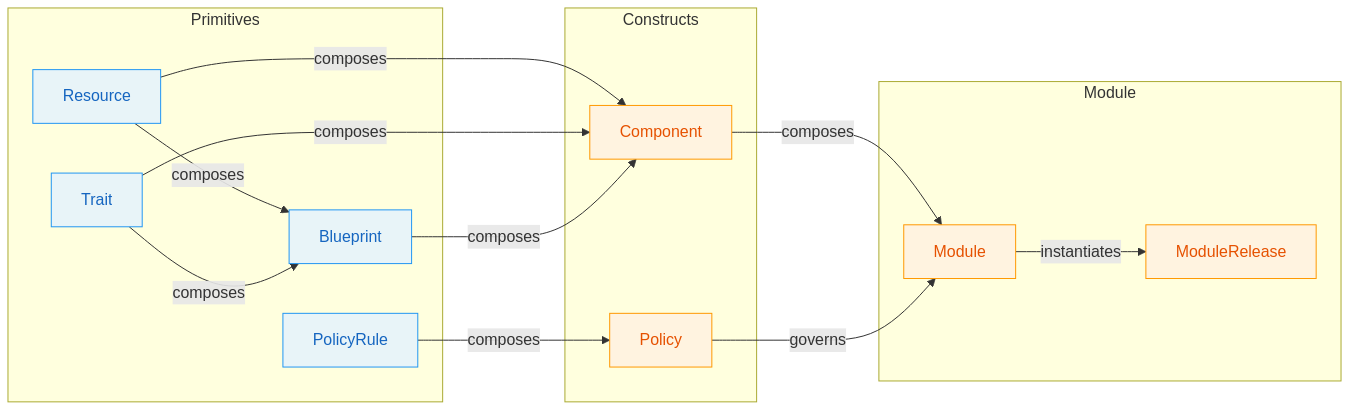
Before: docs/presentations/assets/opm-architecture-slide.png, a diagram exported from Mermaid (open-platform-model/opm). Its source is kept beside it as docs/presentations/assets/opm-architecture-slide.mmd. Its diagram source:
```mermaid
graph LR
    subgraph P["Primitives"]
        direction TB
        Resource
        Trait
        Blueprint
        PolicyRule
    end

    subgraph C["Constructs"]
        direction TB
        Component
        Policy
    end

    subgraph M["Module"]
        direction TB
        Mod["Module"]
        ModRelease["ModuleRelease"]
    end

    Resource  -->|composes| Blueprint
    Trait     -->|composes| Blueprint
    Resource  -->|composes| Component
    Trait     -->|composes| Component
    Blueprint -->|composes| Component
    PolicyRule -->|composes| Policy

    Component -->|composes| Mod
    Policy    -->|governs| Mod

    Mod -->|instantiates| ModRelease

    class Resource,Trait,Blueprint,PolicyRule primitive
    class Component,Policy,Mod,ModRelease construct

    classDef primitive fill:#e8f4f8,stroke:#2196F3,color:#1565C0
    classDef construct fill:#fff3e0,stroke:#FF9800,color:#E65100
```
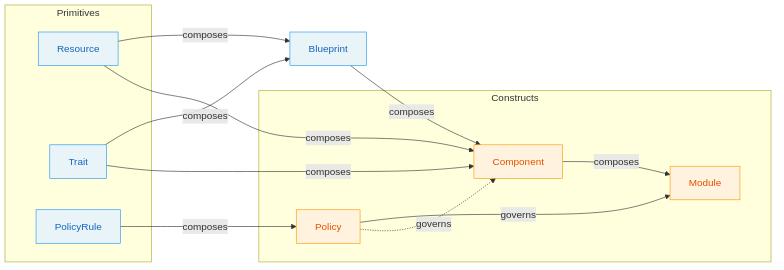
After the commit.

Diff of the diagram source:
```diff
@@ -1,38 +1,34 @@
-graph LR
+%%{init: {'flowchart': {'rankSpacing': 100, 'nodeSpacing': 40}}}%%
+flowchart LR
     subgraph P["Primitives"]
         direction TB
         Resource
         Trait
-        Blueprint
         PolicyRule
     end
+
+    Blueprint
 
     subgraph C["Constructs"]
         direction TB
         Component
         Policy
+        Mod["Module"]
     end
 
-    subgraph M["Module"]
-        direction TB
-        Mod["Module"]
-        ModRelease["ModuleRelease"]
-    end
-
-    Resource  -->|composes| Blueprint
-    Trait     -->|composes| Blueprint
-    Resource  -->|composes| Component
-    Trait     -->|composes| Component
-    Blueprint -->|composes| Component
+    Resource   -->|composes| Blueprint
+    Trait      -->|composes| Blueprint
+    Resource   -->|composes| Component
+    Trait      -->|composes| Component
+    Blueprint  -->|composes| Component
     PolicyRule -->|composes| Policy
 
     Component -->|composes| Mod
     Policy    -->|governs| Mod
-
-    Mod -->|instantiates| ModRelease
+    Policy    -.->|governs| Component
 
     class Resource,Trait,Blueprint,PolicyRule primitive
-    class Component,Policy,Mod,ModRelease construct
+    class Component,Policy,Mod construct
 
     classDef primitive fill:#e8f4f8,stroke:#2196F3,color:#1565C0
     classDef construct fill:#fff3e0,stroke:#FF9800,color:#E65100
```
